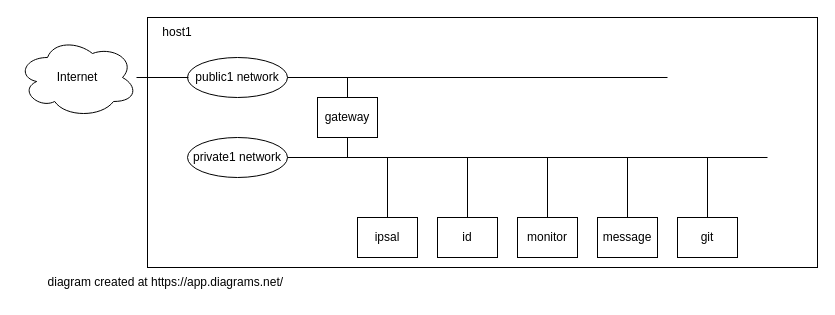
Earlier version of the draw.io diagram core-network.drawio (nickhardiman/ansible-playbook-lab). Source tidied: cells renumbered, new cells numbered last; positions are measured from the earlier drawing's top-left corner, leaving out a move shared by most shapes. Both pictures are drawn from the tidied source at 100%, with x=0, y=0 at pixel (17, 17).
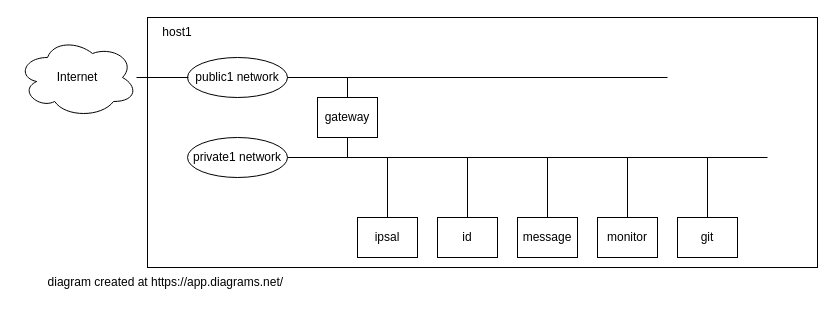
After the change.

Commit message (it also covers changes not shown here):
core net

Change to the diagram source:
```diff
@@
-    <mxCell id="17" value="monitor" style="rounded=0;whiteSpace=wrap;html=1;" parent="1" vertex="1">
+    <mxCell id="17" value="message" style="rounded=0;whiteSpace=wrap;html=1;" parent="1" vertex="1">
       <mxGeometry x="500" y="200" width="60" height="40" as="geometry" />
     </mxCell>
-    <mxCell id="18" value="message" style="rounded=0;whiteSpace=wrap;html=1;" parent="1" vertex="1">
+    <mxCell id="18" value="monitor" style="rounded=0;whiteSpace=wrap;html=1;" parent="1" vertex="1">
       <mxGeometry x="580" y="200" width="60" height="40" as="geometry" />
     </mxCell>
```
